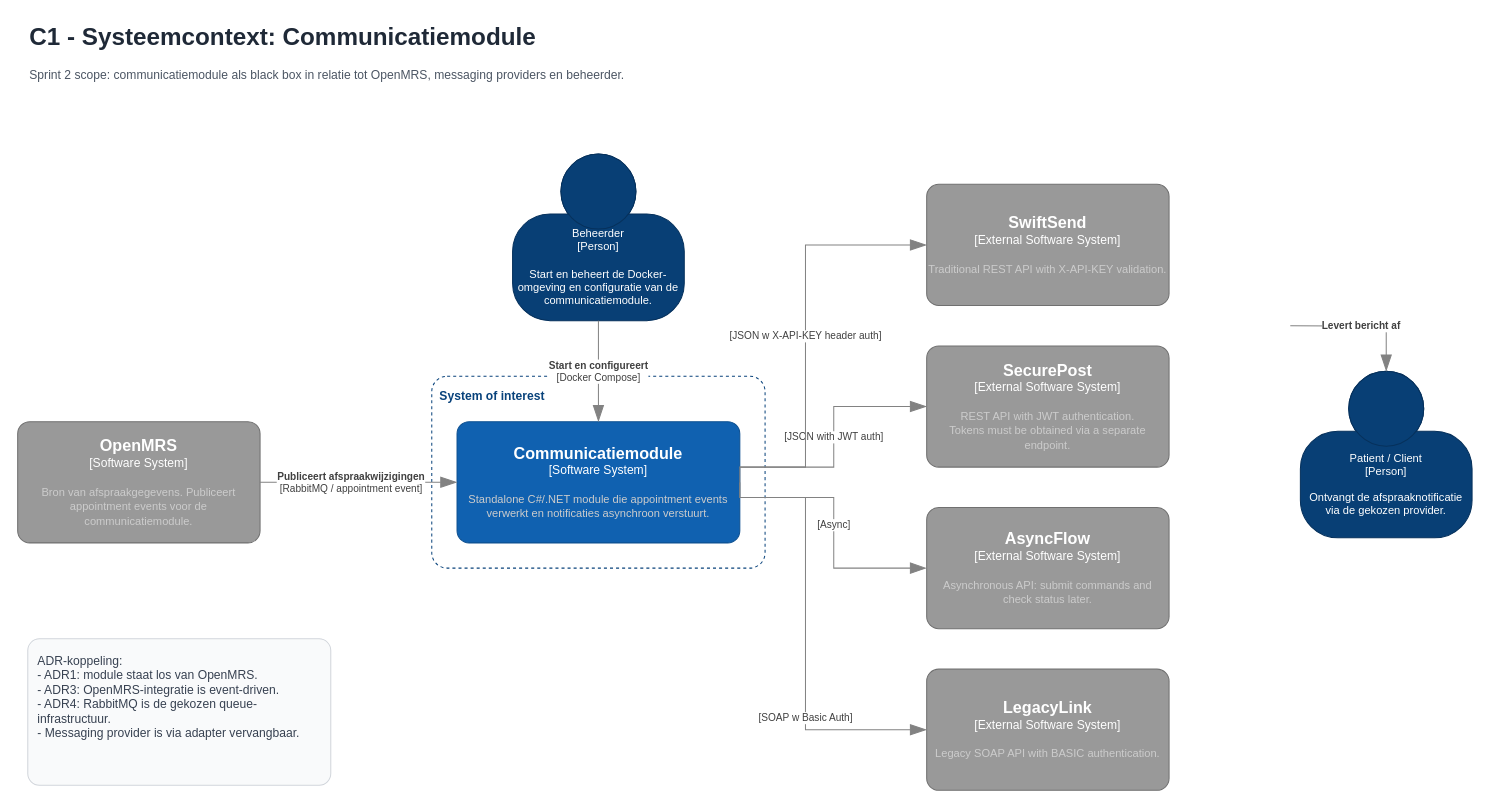
Earlier version of the draw.io diagram C4/C4_Context.drawio (PatientPingeling/PatientPingeling). Source tidied: cells renumbered, new cells numbered last; positions are measured from the earlier drawing's top-left corner, leaving out a move shared by most shapes. Both pictures are drawn from the tidied source at 101%, with x=0, y=0 at pixel (17, 17).
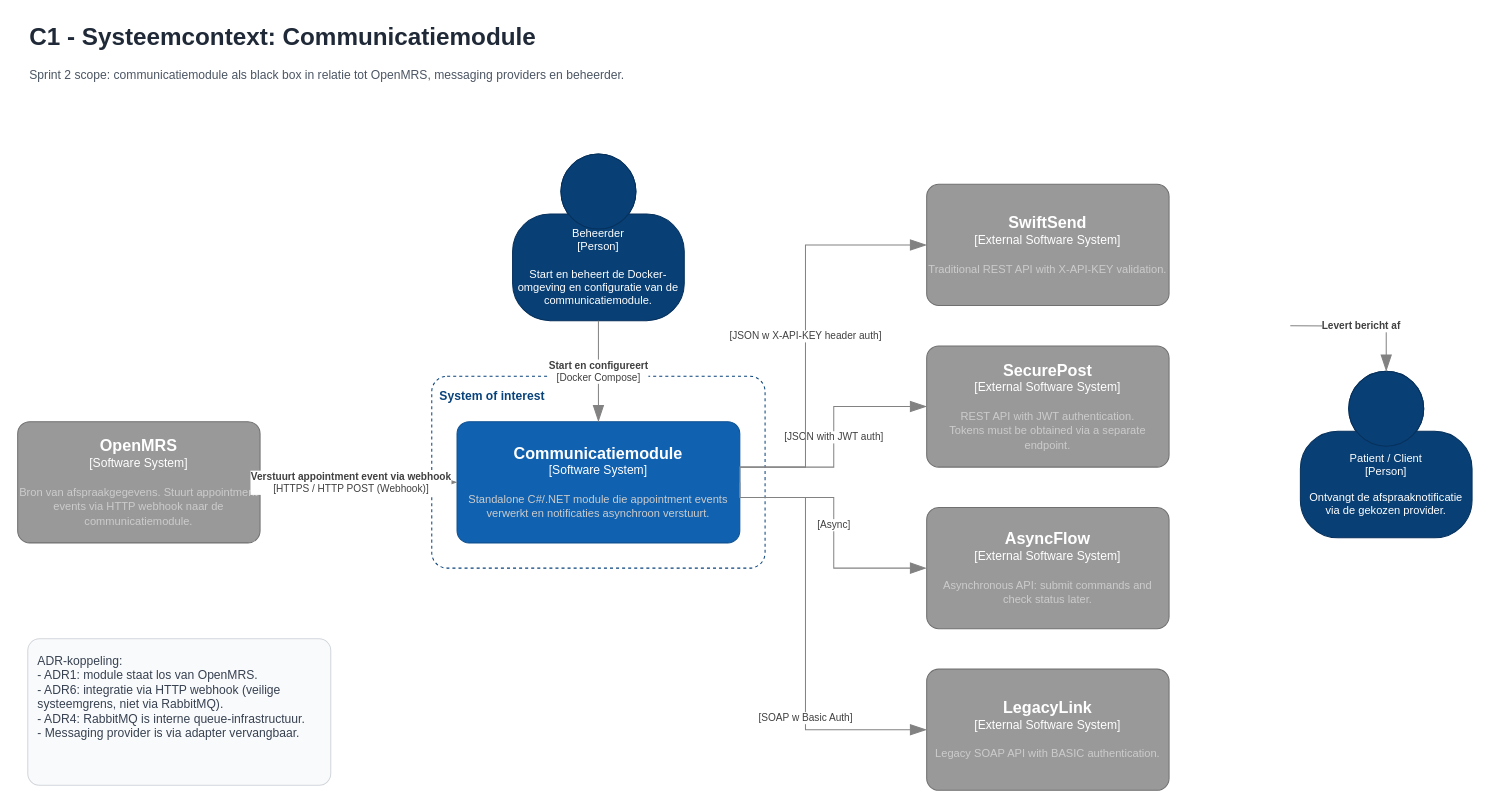
Above is the later version.

The change refers to these unchanged cells:
```xml
<object id="7" label="&lt;font style=&quot;font-size: 16px&quot;&gt;&lt;b&gt;%c4Name%&lt;/b&gt;&lt;/font&gt;&lt;div&gt;[%c4Type%]&lt;/div&gt;&lt;br&gt;&lt;div&gt;&lt;font style=&quot;font-size: 11px&quot;&gt;&lt;font color=&quot;#cccccc&quot;&gt;%c4Description%&lt;/font&gt;&lt;/div&gt;" c4Description="Standalone C#/.NET module die appointment events verwerkt en notificaties asynchroon verstuurt." c4Name="Communicatiemodule" c4Type="Software System" placeholders="1">
  <mxCell style="rounded=1;whiteSpace=wrap;html=1;labelBackgroundColor=none;fillColor=#1061B0;fontColor=#ffffff;align=center;arcSize=10;strokeColor=#0D5091;points=[[0.25,0,0],[0.5,0,0],[0.75,0,0],[1,0.25,0],[1,0.5,0],[1,0.75,0],[0.75,1,0],[0.5,1,0],[0.25,1,0],[0,0.75,0],[0,0.5,0],[0,0.25,0]];" parent="1" vertex="1">
    <mxGeometry x="435" y="400" width="280" height="120" as="geometry" />
  </mxCell>
</object>
```

Change to the diagram source:
```diff
@@
-    <object id="5" label="&lt;font style=&quot;font-size: 16px&quot;&gt;&lt;b&gt;%c4Name%&lt;/b&gt;&lt;/font&gt;&lt;div&gt;[%c4Type%]&lt;/div&gt;&lt;br&gt;&lt;div&gt;&lt;font style=&quot;font-size: 11px&quot;&gt;&lt;font color=&quot;#cccccc&quot;&gt;%c4Description%&lt;/font&gt;&lt;/div&gt;" c4Description="Bron van afspraakgegevens. Publiceert appointment events voor de communicatiemodule." c4Name="OpenMRS" c4Type="Software System" placeholders="1">
+    <object id="5" label="&lt;font style=&quot;font-size: 16px&quot;&gt;&lt;b&gt;%c4Name%&lt;/b&gt;&lt;/font&gt;&lt;div&gt;[%c4Type%]&lt;/div&gt;&lt;br&gt;&lt;div&gt;&lt;font style=&quot;font-size: 11px&quot;&gt;&lt;font color=&quot;#cccccc&quot;&gt;%c4Description%&lt;/font&gt;&lt;/div&gt;" c4Description="Bron van afspraakgegevens. Stuurt appointment events via HTTP webhook naar de communicatiemodule." c4Name="OpenMRS" c4Type="Software System" placeholders="1">
       <mxCell style="rounded=1;whiteSpace=wrap;html=1;labelBackgroundColor=none;fillColor=#999999;fontColor=#ffffff;align=center;arcSize=10;strokeColor=#707070;points=[[0.25,0,0],[0.5,0,0],[0.75,0,0],[1,0.25,0],[1,0.5,0],[1,0.75,0],[0.75,1,0],[0.5,1,0],[0.25,1,0],[0,0.75,0],[0,0.5,0],[0,0.25,0]];" parent="1" vertex="1">
         <mxGeometry y="400" width="240" height="120" as="geometry" />
       </mxCell>
     </object>
@@
-    <object id="11" label="&lt;div style=&quot;text-align: left&quot;&gt;&lt;div style=&quot;text-align: center&quot;&gt;&lt;b&gt;%c4Description%&lt;/b&gt;&lt;/div&gt;&lt;div style=&quot;text-align: center&quot;&gt;[%c4Technology%]&lt;/div&gt;&lt;/div&gt;" c4Description="Publiceert afspraakwijzigingen" c4Technology="RabbitMQ / appointment event" placeholders="1">
+    <object id="11" label="&lt;div style=&quot;text-align: left&quot;&gt;&lt;div style=&quot;text-align: center&quot;&gt;&lt;b&gt;%c4Description%&lt;/b&gt;&lt;/div&gt;&lt;div style=&quot;text-align: center&quot;&gt;[%c4Technology%]&lt;/div&gt;&lt;/div&gt;" c4Description="Verstuurt appointment event via webhook" c4Technology="HTTPS / HTTP POST (Webhook)" placeholders="1">
       <mxCell style="endArrow=blockThin;html=1;fontSize=10;fontColor=#404040;strokeWidth=1;endFill=1;strokeColor=#828282;elbow=vertical;endSize=14;startSize=14;jumpStyle=arc;jumpSize=16;rounded=0;edgeStyle=orthogonalEdgeStyle;" parent="1" edge="1" source="5" target="7">
         <mxGeometry x="-0.08" relative="1" as="geometry" />
       </mxCell>
     </object>
@@
-    <mxCell id="14" value="ADR-koppeling:&lt;br&gt;- ADR1: module staat los van OpenMRS.&lt;br&gt;- ADR3: OpenMRS-integratie is event-driven.&lt;br&gt;- ADR4: RabbitMQ is de gekozen queue-infrastructuur.&lt;br&gt;- Messaging provider is via adapter vervangbaar." style="rounded=1;whiteSpace=wrap;html=1;arcSize=8;fillColor=#F9FAFB;strokeColor=#D1D5DB;fontColor=#374151;fontSize=12;align=left;verticalAlign=top;spacing=10;" parent="1" vertex="1">
+    <mxCell id="14" value="ADR-koppeling:&lt;br&gt;- ADR1: module staat los van OpenMRS.&lt;br&gt;- ADR6: integratie via HTTP webhook (veilige systeemgrens, niet via RabbitMQ).&lt;br&gt;- ADR4: RabbitMQ is interne queue-infrastructuur.&lt;br&gt;- Messaging provider is via adapter vervangbaar." style="rounded=1;whiteSpace=wrap;html=1;arcSize=8;fillColor=#F9FAFB;strokeColor=#D1D5DB;fontColor=#374151;fontSize=12;align=left;verticalAlign=top;spacing=10;" parent="1" vertex="1">
       <mxGeometry x="10" y="615" width="300" height="145" as="geometry" />
     </mxCell>
```
